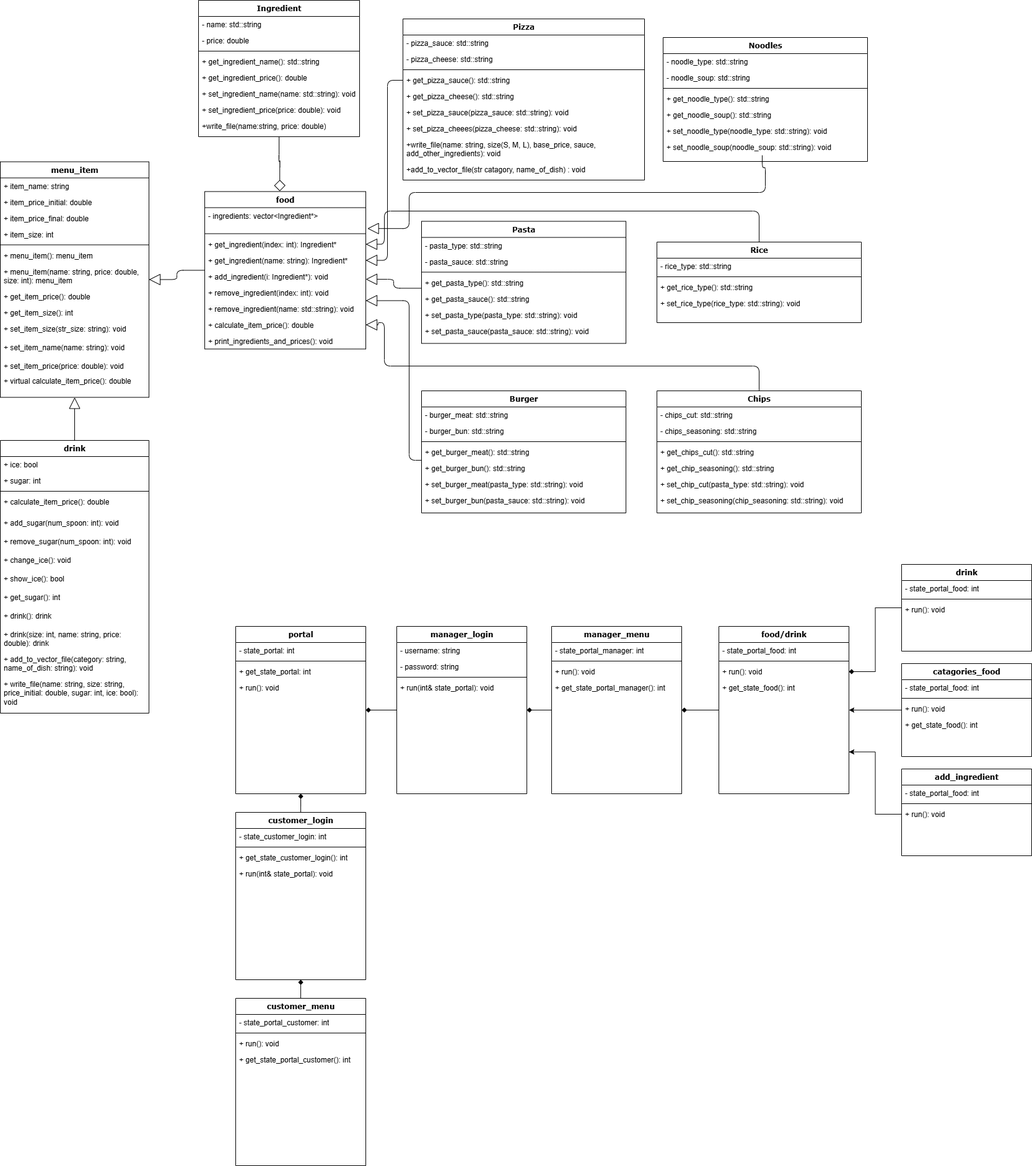
Above: UML.png in SohamA12345/Project (draw.io), before the change. Source tidied: cells renumbered, new cells last; positions are measured from the earlier drawing's top-left corner, leaving out a move shared by most shapes.
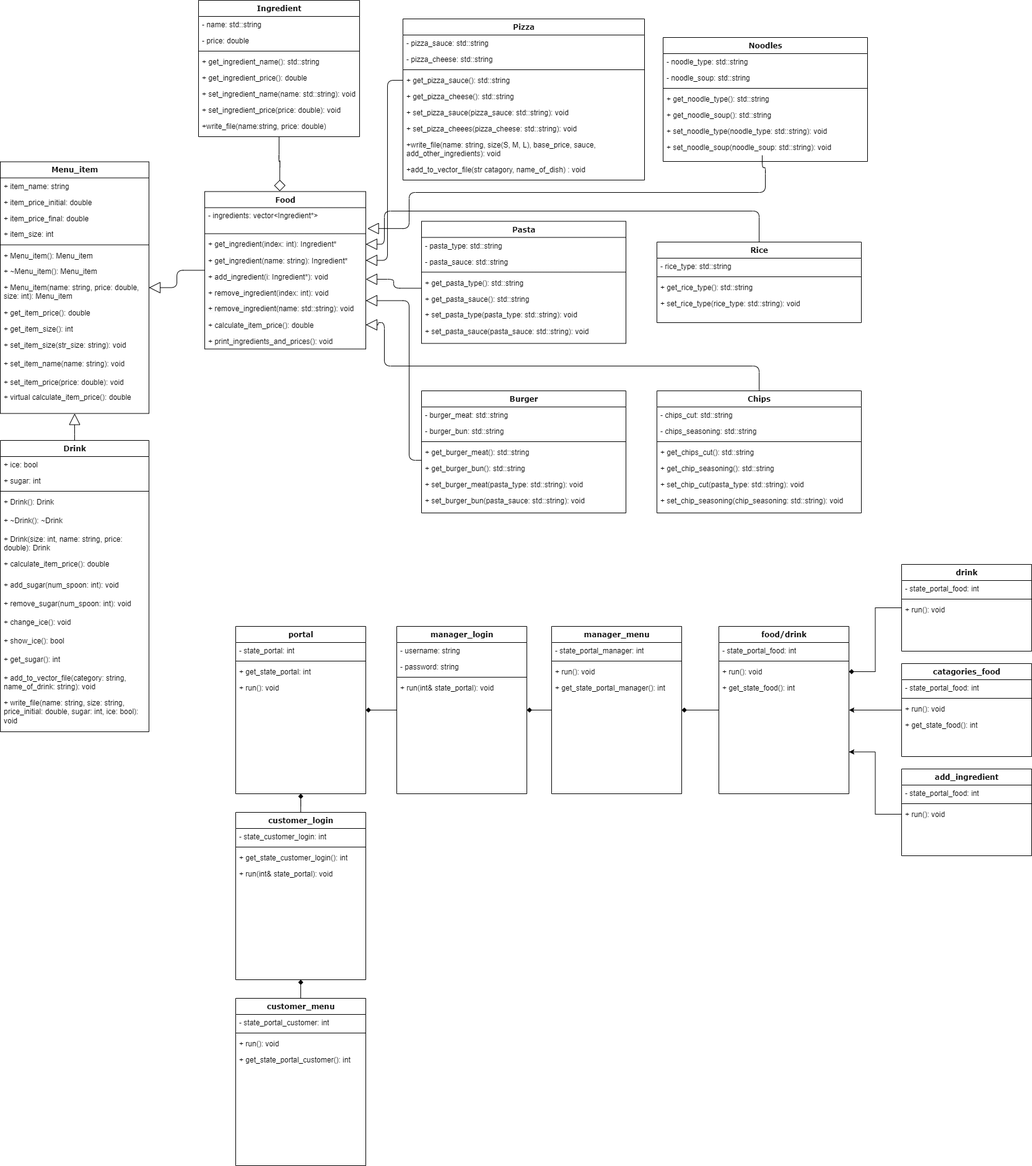
Above is the later version.

What changed in the source:
```diff
@@ -2,8 +2,8 @@
   <root>
     <mxCell id="0" />
     <mxCell id="1" parent="0" />
-    <mxCell id="2" value="&lt;div&gt;menu_item&lt;br&gt;&lt;/div&gt;" style="swimlane;html=1;fontStyle=1;align=center;verticalAlign=top;horizontal=1;startSize=26;swimlaneFillColor=#ffffff;rounded=0;shadow=0;comic=0;labelBackgroundColor=none;strokeWidth=1;fillColor=none;fontFamily=Verdana;fontSize=12;" parent="1" vertex="1">
-      <mxGeometry y="260.5" width="240" height="380" as="geometry" />
+    <mxCell id="2" value="&lt;div&gt;Menu_item&lt;br&gt;&lt;/div&gt;" style="swimlane;html=1;fontStyle=1;align=center;verticalAlign=top;horizontal=1;startSize=26;swimlaneFillColor=#ffffff;rounded=0;shadow=0;comic=0;labelBackgroundColor=none;strokeWidth=1;fillColor=none;fontFamily=Verdana;fontSize=12;" parent="1" vertex="1">
+      <mxGeometry y="260.5" width="240" height="406" as="geometry" />
     </mxCell>
     <mxCell id="3" value="+ item_name: string" style="text;html=1;strokeColor=none;fillColor=none;align=left;verticalAlign=top;spacingLeft=4;spacingRight=4;whiteSpace=wrap;overflow=hidden;" parent="2" vertex="1">
       <mxGeometry y="26" width="240" height="26" as="geometry" />
@@ -20,29 +20,32 @@
     <mxCell id="7" style="line;html=1;strokeWidth=1;fillColor=none;align=left;verticalAlign=middle;spacingTop=-1;spacingLeft=3;spacingRight=3;labelPosition=right;" parent="2" vertex="1">
       <mxGeometry y="130" width="240" height="8" as="geometry" />
     </mxCell>
-    <mxCell id="8" value="+ menu_item(): menu_item" style="text;html=1;strokeColor=none;fillColor=none;align=left;verticalAlign=top;spacingLeft=4;spacingRight=4;whiteSpace=wrap;overflow=hidden;" parent="2" vertex="1">
+    <mxCell id="8" value="+ Menu_item(): Menu_item" style="text;html=1;strokeColor=none;fillColor=none;align=left;verticalAlign=top;spacingLeft=4;spacingRight=4;whiteSpace=wrap;overflow=hidden;" parent="2" vertex="1">
       <mxGeometry y="138" width="240" height="26" as="geometry" />
     </mxCell>
+    <mxCell id="157" value="+ ~Menu_item(): Menu_item" style="text;html=1;strokeColor=none;fillColor=none;align=left;verticalAlign=top;spacingLeft=4;spacingRight=4;whiteSpace=wrap;overflow=hidden;" parent="2" vertex="1">
+      <mxGeometry y="164" width="240" height="26" as="geometry" />
+    </mxCell>
-    <mxCell id="9" value="+ menu_item(name: string, price: double, size: int): menu_item" style="text;html=1;strokeColor=none;fillColor=none;align=left;verticalAlign=top;spacingLeft=4;spacingRight=4;whiteSpace=wrap;overflow=hidden;" parent="2" vertex="1">
-      <mxGeometry y="164" width="240" height="40" as="geometry" />
+    <mxCell id="9" value="+ Menu_item(name: string, price: double, size: int): Menu_item" style="text;html=1;strokeColor=none;fillColor=none;align=left;verticalAlign=top;spacingLeft=4;spacingRight=4;whiteSpace=wrap;overflow=hidden;" parent="2" vertex="1">
+      <mxGeometry y="190" width="240" height="40" as="geometry" />
     </mxCell>
     <mxCell id="10" value="+ get_item_price(): double" style="text;html=1;strokeColor=none;fillColor=none;align=left;verticalAlign=top;spacingLeft=4;spacingRight=4;whiteSpace=wrap;overflow=hidden;" parent="2" vertex="1">
-      <mxGeometry y="204" width="240" height="26" as="geometry" />
+      <mxGeometry y="230" width="240" height="26" as="geometry" />
     </mxCell>
     <mxCell id="11" value="+ get_item_size(): int" style="text;html=1;strokeColor=none;fillColor=none;align=left;verticalAlign=top;spacingLeft=4;spacingRight=4;whiteSpace=wrap;overflow=hidden;" parent="2" vertex="1">
-      <mxGeometry y="230" width="240" height="26" as="geometry" />
+      <mxGeometry y="256" width="240" height="26" as="geometry" />
     </mxCell>
     <mxCell id="12" value="+ set_item_size(str_size: string): void" style="text;html=1;strokeColor=none;fillColor=none;align=left;verticalAlign=top;spacingLeft=4;spacingRight=4;whiteSpace=wrap;overflow=hidden;" parent="2" vertex="1">
-      <mxGeometry y="256" width="240" height="30" as="geometry" />
+      <mxGeometry y="282" width="240" height="30" as="geometry" />
     </mxCell>
     <mxCell id="13" value="+ set_item_name(name: string): void" style="text;html=1;strokeColor=none;fillColor=none;align=left;verticalAlign=top;spacingLeft=4;spacingRight=4;whiteSpace=wrap;overflow=hidden;" parent="2" vertex="1">
-      <mxGeometry y="286" width="240" height="30" as="geometry" />
+      <mxGeometry y="312" width="240" height="30" as="geometry" />
     </mxCell>
     <mxCell id="14" value="+ set_item_price(price: double): void" style="text;html=1;strokeColor=none;fillColor=none;align=left;verticalAlign=top;spacingLeft=4;spacingRight=4;whiteSpace=wrap;overflow=hidden;" parent="2" vertex="1">
-      <mxGeometry y="316" width="240" height="24" as="geometry" />
+      <mxGeometry y="342" width="240" height="24" as="geometry" />
     </mxCell>
     <mxCell id="15" value="+ virtual calculate_item_price(): double" style="text;html=1;strokeColor=none;fillColor=none;align=left;verticalAlign=top;spacingLeft=4;spacingRight=4;whiteSpace=wrap;overflow=hidden;" parent="2" vertex="1">
-      <mxGeometry y="340" width="240" height="40" as="geometry" />
+      <mxGeometry y="366" width="240" height="40" as="geometry" />
     </mxCell>
     <mxCell id="16" style="edgeStyle=orthogonalEdgeStyle;html=1;labelBackgroundColor=none;startFill=0;startSize=8;endArrow=block;endFill=0;endSize=16;fontFamily=Verdana;fontSize=12;elbow=vertical;rounded=1;strokeColor=default;align=center;verticalAlign=middle;fontColor=default;exitX=0.006;exitY=0.846;exitDx=0;exitDy=0;exitPerimeter=0;" parent="1" edge="1" source="87" target="17">
       <mxGeometry relative="1" as="geometry">
@@ -52,7 +55,7 @@
         </Array>
       </mxGeometry>
     </mxCell>
-    <mxCell id="17" value="food" style="swimlane;html=1;fontStyle=1;align=center;verticalAlign=top;horizontal=1;startSize=26;swimlaneFillColor=#ffffff;rounded=0;shadow=0;comic=0;labelBackgroundColor=none;strokeWidth=1;fillColor=none;fontFamily=Verdana;fontSize=12;" parent="1" vertex="1">
+    <mxCell id="17" value="Food" style="swimlane;html=1;fontStyle=1;align=center;verticalAlign=top;horizontal=1;startSize=26;swimlaneFillColor=#ffffff;rounded=0;shadow=0;comic=0;labelBackgroundColor=none;strokeWidth=1;fillColor=none;fontFamily=Verdana;fontSize=12;" parent="1" vertex="1">
       <mxGeometry x="330" y="308.5" width="260" height="254" as="geometry" />
     </mxCell>
     <mxCell id="18" value="- ingredients: vector&amp;lt;Ingredient*&amp;gt;&amp;nbsp;" style="text;html=1;strokeColor=none;fillColor=none;align=left;verticalAlign=top;spacingLeft=4;spacingRight=4;whiteSpace=wrap;overflow=hidden;points=[[0,0.5],[1,0.5]];portConstraint=eastwest;" parent="17" vertex="1">
@@ -88,8 +91,8 @@
     <mxCell id="28" style="edgeStyle=orthogonalEdgeStyle;rounded=1;jettySize=auto;html=1;entryX=0.5;entryY=1;entryDx=0;entryDy=0;strokeColor=default;align=center;verticalAlign=middle;fontFamily=Verdana;fontSize=12;fontColor=default;labelBackgroundColor=none;startFill=0;startSize=8;endArrow=block;endFill=0;endSize=16;" parent="1" edge="1" source="29" target="2">
       <mxGeometry relative="1" as="geometry" />
     </mxCell>
-    <mxCell id="29" value="drink" style="swimlane;html=1;fontStyle=1;align=center;verticalAlign=top;horizontal=1;startSize=26;swimlaneFillColor=#ffffff;rounded=0;shadow=0;comic=0;labelBackgroundColor=none;strokeWidth=1;fillColor=none;fontFamily=Verdana;fontSize=12;" parent="1" vertex="1">
-      <mxGeometry y="710" width="240" height="440" as="geometry" />
+    <mxCell id="29" value="Drink" style="swimlane;html=1;fontStyle=1;align=center;verticalAlign=top;horizontal=1;startSize=26;swimlaneFillColor=#ffffff;rounded=0;shadow=0;comic=0;labelBackgroundColor=none;strokeWidth=1;fillColor=none;fontFamily=Verdana;fontSize=12;" parent="1" vertex="1">
+      <mxGeometry y="710" width="240" height="470" as="geometry" />
     </mxCell>
     <mxCell id="30" value="+ ice: bool" style="text;html=1;strokeColor=none;fillColor=none;align=left;verticalAlign=top;spacingLeft=4;spacingRight=4;whiteSpace=wrap;overflow=hidden;" parent="29" vertex="1">
       <mxGeometry y="26" width="240" height="26" as="geometry" />
@@ -100,35 +103,38 @@
     <mxCell id="32" style="line;html=1;strokeWidth=1;fillColor=none;align=left;verticalAlign=middle;spacingTop=-1;spacingLeft=3;spacingRight=3;labelPosition=right;" parent="29" vertex="1">
       <mxGeometry y="78" width="240" height="8" as="geometry" />
     </mxCell>
+    <mxCell id="39" value="+ Drink(): Drink" style="text;html=1;strokeColor=none;fillColor=none;align=left;verticalAlign=top;spacingLeft=4;spacingRight=4;whiteSpace=wrap;overflow=hidden;" parent="29" vertex="1">
+      <mxGeometry y="86" width="240" height="30" as="geometry" />
+    </mxCell>
+    <mxCell id="158" value="+ ~Drink(): ~Drink" style="text;html=1;strokeColor=none;fillColor=none;align=left;verticalAlign=top;spacingLeft=4;spacingRight=4;whiteSpace=wrap;overflow=hidden;" parent="29" vertex="1">
+      <mxGeometry y="116" width="240" height="30" as="geometry" />
+    </mxCell>
+    <mxCell id="40" value="+ Drink(size: int, name: string, price: double): Drink" style="text;html=1;strokeColor=none;fillColor=none;align=left;verticalAlign=top;spacingLeft=4;spacingRight=4;whiteSpace=wrap;overflow=hidden;direction=south;" parent="29" vertex="1">
+      <mxGeometry y="146" width="240" height="40" as="geometry" />
+    </mxCell>
     <mxCell id="33" value="+ calculate_item_price(): double&lt;div&gt;&lt;br&gt;&lt;/div&gt;" style="text;html=1;strokeColor=none;fillColor=none;align=left;verticalAlign=top;spacingLeft=4;spacingRight=4;whiteSpace=wrap;overflow=hidden;" parent="29" vertex="1">
-      <mxGeometry y="86" width="240" height="34" as="geometry" />
+      <mxGeometry y="186" width="240" height="34" as="geometry" />
     </mxCell>
     <mxCell id="34" value="+ add_sugar(num_spoon: int): void" style="text;html=1;strokeColor=none;fillColor=none;align=left;verticalAlign=top;spacingLeft=4;spacingRight=4;whiteSpace=wrap;overflow=hidden;" parent="29" vertex="1">
-      <mxGeometry y="120" width="240" height="30" as="geometry" />
+      <mxGeometry y="220" width="240" height="30" as="geometry" />
     </mxCell>
     <mxCell id="35" value="+ remove_sugar(num_spoon: int): void" style="text;html=1;strokeColor=none;fillColor=none;align=left;verticalAlign=top;spacingLeft=4;spacingRight=4;whiteSpace=wrap;overflow=hidden;" parent="29" vertex="1">
-      <mxGeometry y="150" width="240" height="30" as="geometry" />
+      <mxGeometry y="250" width="240" height="30" as="geometry" />
     </mxCell>
     <mxCell id="36" value="+ change_ice(): void" style="text;html=1;strokeColor=none;fillColor=none;align=left;verticalAlign=top;spacingLeft=4;spacingRight=4;whiteSpace=wrap;overflow=hidden;" parent="29" vertex="1">
-      <mxGeometry y="180" width="240" height="30" as="geometry" />
+      <mxGeometry y="280" width="240" height="30" as="geometry" />
     </mxCell>
     <mxCell id="37" value="+ show_ice(): bool" style="text;html=1;strokeColor=none;fillColor=none;align=left;verticalAlign=top;spacingLeft=4;spacingRight=4;whiteSpace=wrap;overflow=hidden;" parent="29" vertex="1">
-      <mxGeometry y="210" width="240" height="30" as="geometry" />
+      <mxGeometry y="310" width="240" height="30" as="geometry" />
     </mxCell>
     <mxCell id="38" value="+ get_sugar(): int" style="text;html=1;strokeColor=none;fillColor=none;align=left;verticalAlign=top;spacingLeft=4;spacingRight=4;whiteSpace=wrap;overflow=hidden;" parent="29" vertex="1">
-      <mxGeometry y="240" width="240" height="30" as="geometry" />
+      <mxGeometry y="340" width="240" height="30" as="geometry" />
     </mxCell>
-    <mxCell id="39" value="+ drink(): drink" style="text;html=1;strokeColor=none;fillColor=none;align=left;verticalAlign=top;spacingLeft=4;spacingRight=4;whiteSpace=wrap;overflow=hidden;" parent="29" vertex="1">
-      <mxGeometry y="270" width="240" height="30" as="geometry" />
-    </mxCell>
-    <mxCell id="40" value="+ drink(size: int, name: string, price: double): drink" style="text;html=1;strokeColor=none;fillColor=none;align=left;verticalAlign=top;spacingLeft=4;spacingRight=4;whiteSpace=wrap;overflow=hidden;direction=south;" parent="29" vertex="1">
-      <mxGeometry y="300" width="240" height="40" as="geometry" />
-    </mxCell>
-    <mxCell id="41" value="+ add_to_vector_file(category: string, name_of_dish: string): void" style="text;html=1;strokeColor=none;fillColor=none;align=left;verticalAlign=top;spacingLeft=4;spacingRight=4;whiteSpace=wrap;overflow=hidden;" parent="29" vertex="1">
-      <mxGeometry y="340" width="240" height="40" as="geometry" />
+    <mxCell id="41" value="+ add_to_vector_file(category: string, name_of_drink: string): void" style="text;html=1;strokeColor=none;fillColor=none;align=left;verticalAlign=top;spacingLeft=4;spacingRight=4;whiteSpace=wrap;overflow=hidden;" parent="29" vertex="1">
+      <mxGeometry y="370" width="240" height="40" as="geometry" />
     </mxCell>
     <mxCell id="42" value="+ write_file(name: string, size: string, price_initial: double, sugar: int, ice: bool): void" style="text;html=1;strokeColor=none;fillColor=none;align=left;verticalAlign=top;spacingLeft=4;spacingRight=4;whiteSpace=wrap;overflow=hidden;" parent="29" vertex="1">
-      <mxGeometry y="380" width="240" height="60" as="geometry" />
+      <mxGeometry y="410" width="240" height="60" as="geometry" />
     </mxCell>
     <mxCell id="43" value="Ingredient" style="swimlane;html=1;fontStyle=1;align=center;verticalAlign=top;horizontal=1;startSize=26;swimlaneFillColor=#ffffff;rounded=0;shadow=0;comic=0;labelBackgroundColor=none;strokeWidth=1;fillColor=none;fontFamily=Verdana;fontSize=12;" parent="1" vertex="1">
       <mxGeometry x="320" width="260" height="220" as="geometry" />
```
